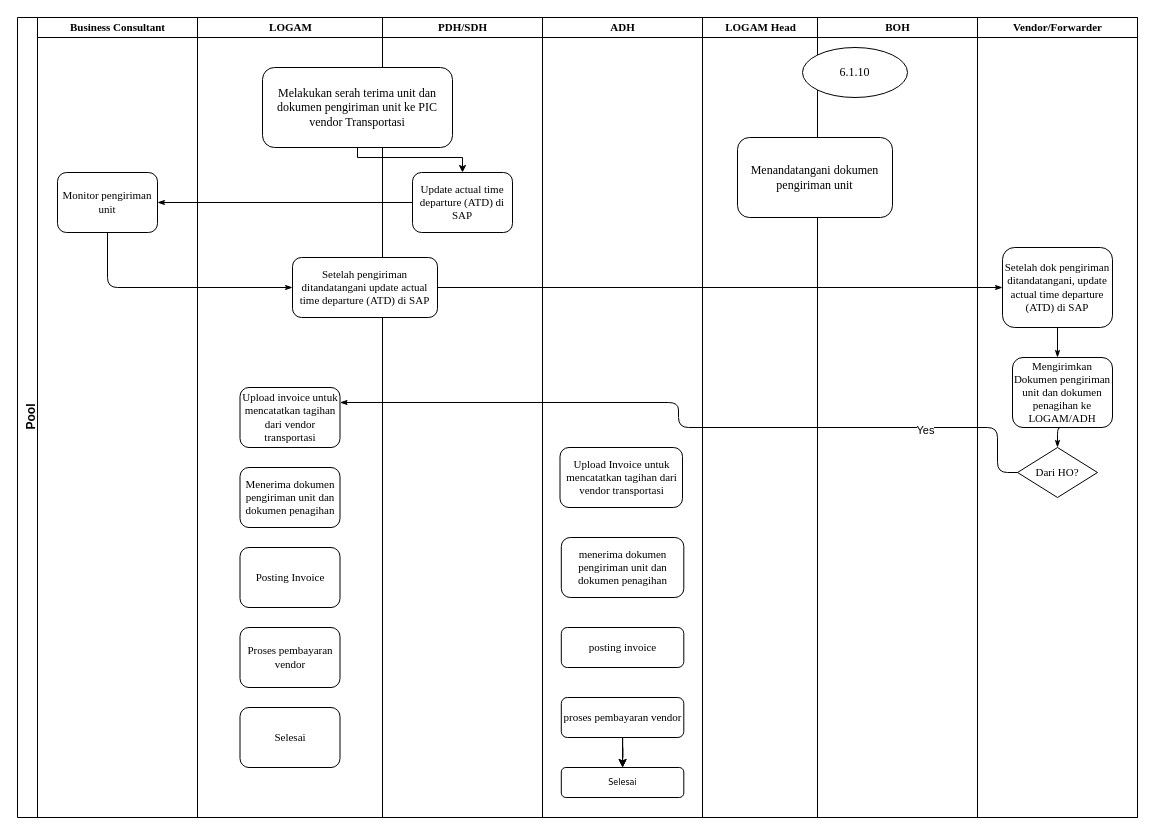
Above: Untitled Diagram.drawio in MiftahRizky/miftahr (draw.io), before the change. Source tidied: cells renumbered, new cells numbered last; positions are measured from the earlier drawing's top-left corner, leaving out a move shared by most shapes. Both pictures are drawn from the tidied source at 100%, with x=0, y=0 at pixel (17, 17).
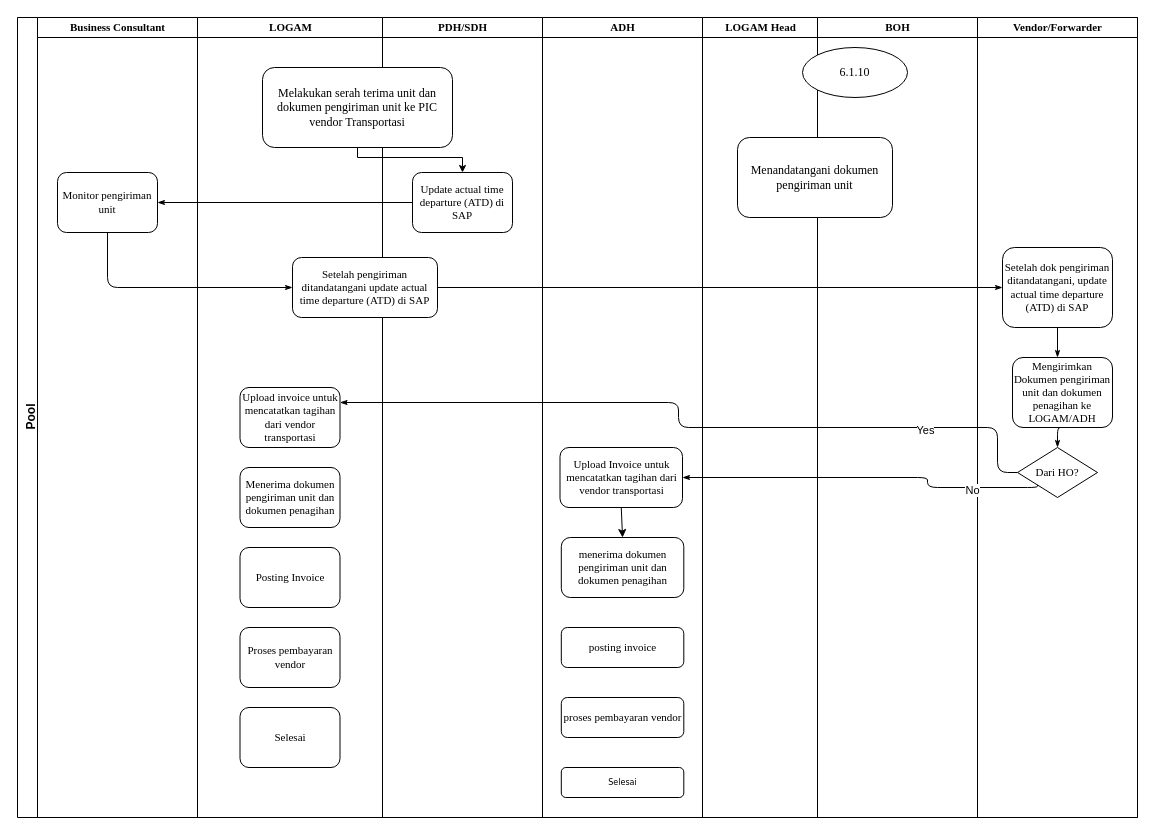
The same diagram, later.

The change refers to these unchanged cells:
```xml
<mxCell id="2" value="Pool" style="swimlane;html=1;startSize=20;rounded=0;shadow=0;strokeWidth=1;align=center;verticalAlign=top;horizontal=0;" parent="1" vertex="1">
  <mxGeometry width="1120" height="800" as="geometry" />
</mxCell>
<mxCell id="16" value="&lt;font style=&quot;font-size: 11px;&quot; face=&quot;Times New Roman&quot;&gt;ADH&lt;/font&gt;" style="swimlane;html=1;startSize=20;" parent="2" vertex="1">
  <mxGeometry x="525" width="160" height="800" as="geometry" />
</mxCell>
<mxCell id="17" value="&lt;font style=&quot;font-size: 11px;&quot; face=&quot;Times New Roman&quot;&gt;Upload Invoice untuk mencatatkan tagihan dari vendor transportasi&lt;/font&gt;" style="rounded=1;whiteSpace=wrap;html=1;shadow=0;labelBackgroundColor=none;strokeWidth=1;fontFamily=Verdana;fontSize=8;align=center;" parent="16" vertex="1">
  <mxGeometry x="17.5" y="430" width="122.5" height="60" as="geometry" />
</mxCell>
<mxCell id="18" value="&lt;font style=&quot;font-size: 11px;&quot; face=&quot;Times New Roman&quot;&gt;menerima dokumen pengiriman unit dan dokumen penagihan&lt;/font&gt;" style="rounded=1;whiteSpace=wrap;html=1;shadow=0;labelBackgroundColor=none;strokeWidth=1;fontFamily=Verdana;fontSize=8;align=center;" parent="16" vertex="1">
  <mxGeometry x="18.8" y="520" width="122.5" height="60" as="geometry" />
</mxCell>
<mxCell id="22" value="&lt;font face=&quot;Times New Roman&quot; style=&quot;font-size: 11px;&quot;&gt;proses pembayaran vendor&lt;/font&gt;" style="rounded=1;whiteSpace=wrap;html=1;shadow=0;labelBackgroundColor=none;strokeWidth=1;fontFamily=Verdana;fontSize=8;align=center;" parent="16" vertex="1">
  <mxGeometry x="18.8" y="680" width="122.5" height="40" as="geometry" />
</mxCell>
<mxCell id="23" value="Selesai" style="rounded=1;whiteSpace=wrap;html=1;shadow=0;labelBackgroundColor=none;strokeWidth=1;fontFamily=Verdana;fontSize=8;align=center;" parent="16" vertex="1">
  <mxGeometry x="18.8" y="750" width="122.5" height="30" as="geometry" />
</mxCell>
<mxCell id="32" value="&lt;font style=&quot;font-size: 11px;&quot; face=&quot;Times New Roman&quot;&gt;Dari HO?&lt;/font&gt;" style="rhombus;whiteSpace=wrap;html=1;" parent="28" vertex="1">
  <mxGeometry x="40" y="430" width="80" height="50" as="geometry" />
</mxCell>
```

Diff of the diagram source:
```diff
@@
-    <mxCell id="20" style="edgeStyle=orthogonalEdgeStyle;rounded=0;jettySize=auto;html=1;" parent="16" edge="1" source="22" target="23">
-      <mxGeometry relative="1" as="geometry" />
-    </mxCell>
-    <mxCell id="21" style="edgeStyle=orthogonalEdgeStyle;rounded=0;jettySize=auto;html=1;" parent="16" edge="1" source="22" target="23">
-      <mxGeometry relative="1" as="geometry" />
-    </mxCell>
@@
+    <mxCell id="39" style="endArrow=classic;html=1;rounded=0;exitX=0.5;exitY=1;exitDx=0;exitDy=0;entryX=0.5;entryY=0;entryDx=0;entryDy=0;" parent="16" edge="1" source="17" target="18">
+      <mxGeometry relative="1" as="geometry" />
+    </mxCell>
@@
+    <mxCell id="40" style="edgeStyle=orthogonalEdgeStyle;rounded=1;html=1;labelBackgroundColor=none;startArrow=none;startFill=0;startSize=5;endArrow=classicThin;endFill=1;endSize=5;jettySize=auto;strokeWidth=1;fontFamily=Verdana;fontSize=8;entryX=1;entryY=0.5;entryDx=0;entryDy=0;exitX=0;exitY=1;exitDx=0;exitDy=0;" parent="2" edge="1" source="32" target="17">
+      <mxGeometry relative="1" as="geometry">
+        <Array as="points">
+          <mxPoint x="1020" y="470" />
+          <mxPoint x="910" y="470" />
+          <mxPoint x="910" y="460" />
+        </Array>
+      </mxGeometry>
+    </mxCell>
+    <mxCell id="41" value="No" style="edgeLabel;html=1;align=center;verticalAlign=middle;" parent="40" vertex="1">
+      <mxGeometry x="-0.63" y="2" relative="1" as="geometry" />
+    </mxCell>
```
